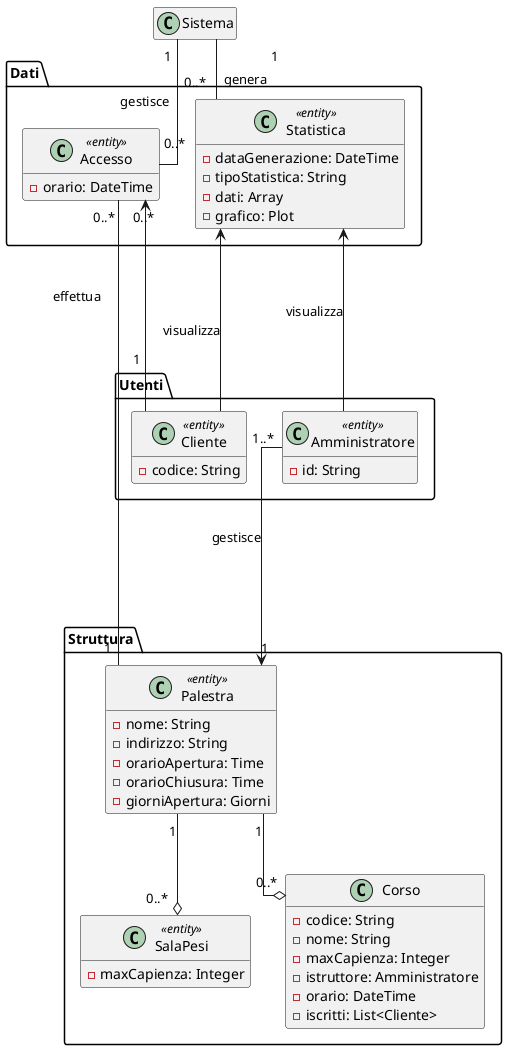
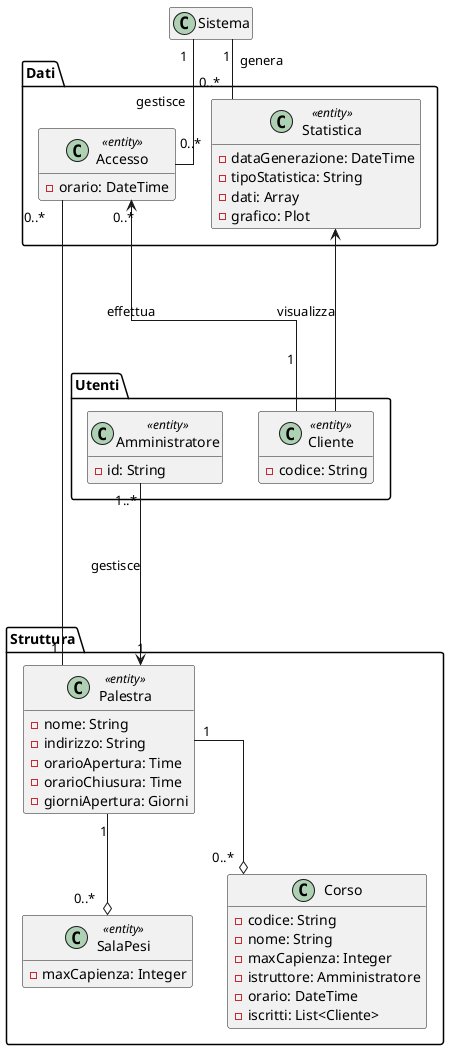
@startuml DiagrammaClassiConPackage

'top to bottom direction
skinparam linetype ortho
+ 'left to right direction

hide empty member

class Sistema {}

' ------------------ UTENTI ------------------
package "Utenti" {

class Cliente <<entity>> {
    - codice: String
}

class Amministratore <<entity>> {
    - id: String
}

}

' ------------------ STRUTTURA ------------------
package "Struttura" {
class Palestra <<entity>> {
- nome: String
- indirizzo: String
- orarioApertura: Time
- orarioChiusura: Time
- giorniApertura: Giorni
}


class SalaPesi <<entity>> {
    - maxCapienza: Integer
}

class Corso {
    - codice: String
    - nome: String
    - maxCapienza: Integer
    - istruttore: Amministratore
    - orario: DateTime
    - iscritti: List<Cliente>
}

}

' ------------------ ABBONAMENTI ------------------
package "Dati" {

class Accesso <<entity>> {
    - orario: DateTime
}

class Statistica <<entity>> {
- dataGenerazione: DateTime
- tipoStatistica: String
- dati: Array
- grafico: Plot
}

}


Palestra "1  " --o "0..*" Corso
Palestra "1" --o "0..*   " SalaPesi

Statistica <---- Cliente: "     visualizza"
- Statistica <---- Amministratore: "visualizza"
+ 'Statistica <---- Amministratore: "visualizza"

Accesso "0..*" <-- "1\n\n  " Cliente: "effettua             "
Amministratore "1..*" ----> "1" Palestra: \ngestisce

Accesso "0..*  " - "1" Palestra

Sistema "1" -down- "                              0..*" Accesso: "gestisce  "
- Sistema "            1" -- "0..*" Statistica: "  genera   "
+ Sistema "1  " -- "     0..*" Statistica: "  genera   "

@enduml